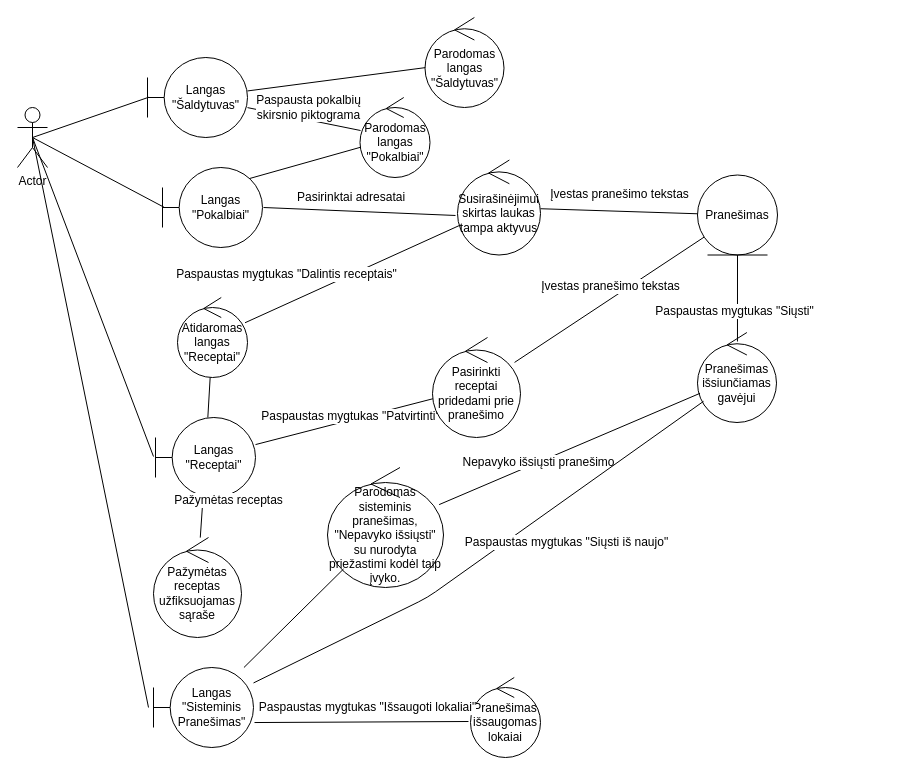
Tristanas/PSI2-Food-Bee-Inc keeps this draw.io diagram as Draw.io/ROBUSTnaudotBendrPerPranesimus.drawio. Above is the earlier version. Source tidied: cells renumbered, new cells numbered last; positions are measured from the earlier drawing's top-left corner, leaving out a move shared by most shapes. Both pictures are drawn from the tidied source at 100%, with x=0, y=0 at pixel (17, 17).
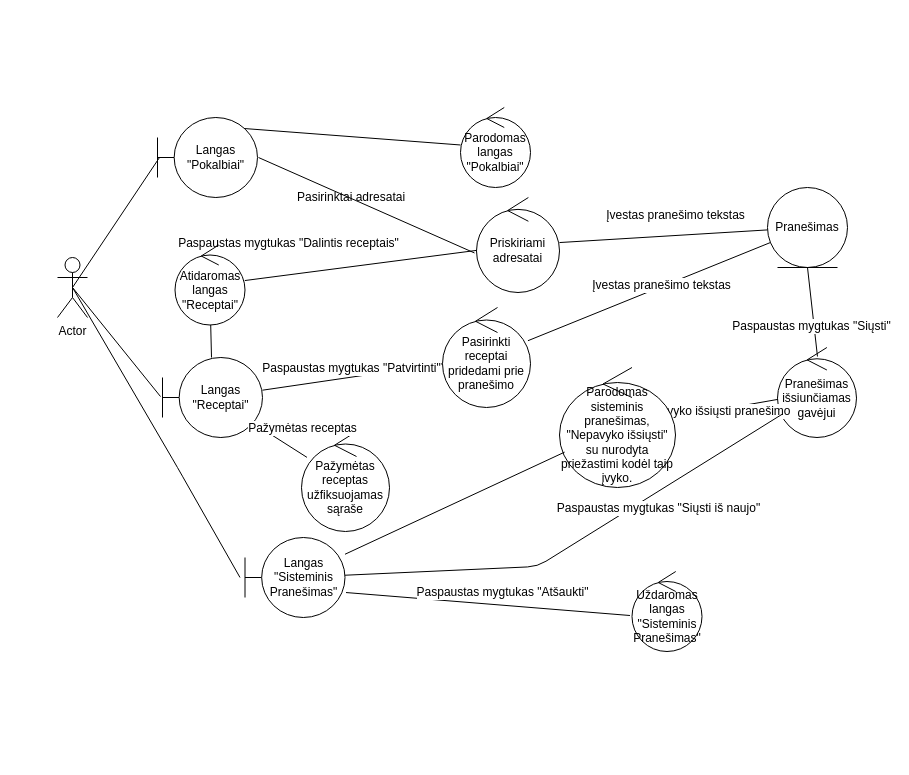
After the change.

Unchanged cells that the change refers to:
```xml
<mxCell id="26" style="endArrow=none;html=1;" parent="1" edge="1" source="28" target="20">
  <mxGeometry relative="1" as="geometry" />
</mxCell>
<mxCell id="43" style="endArrow=none;html=1;entryX=1.01;entryY=0.688;entryDx=0;entryDy=0;entryPerimeter=0;exitX=-0.029;exitY=0.55;exitDx=0;exitDy=0;exitPerimeter=0;" parent="1" edge="1" source="41" target="37">
  <mxGeometry relative="1" as="geometry" />
</mxCell>
```

Diff of the diagram source:
```diff
@@
     <mxCell id="2" value="Actor" style="shape=umlActor;verticalLabelPosition=bottom;labelBackgroundColor=#ffffff;verticalAlign=top;html=1;outlineConnect=0;" parent="1" vertex="1">
-      <mxGeometry y="90" width="30" height="60" as="geometry" />
+      <mxGeometry x="40" y="240" width="30" height="60" as="geometry" />
     </mxCell>
-    <mxCell id="3" value="Langas &quot;Šaldytuvas&quot;" style="shape=umlBoundary;whiteSpace=wrap;html=1;" parent="1" vertex="1">
-      <mxGeometry x="130" y="40" width="100" height="80" as="geometry" />
-    </mxCell>
-    <mxCell id="4" style="endArrow=none;html=1;exitX=0.5;exitY=0.5;exitDx=0;exitDy=0;exitPerimeter=0;entryX=0.012;entryY=0.497;entryDx=0;entryDy=0;entryPerimeter=0;" parent="1" edge="1" source="2" target="3">
-      <mxGeometry relative="1" as="geometry" />
-    </mxCell>
     <mxCell id="5" value="Parodomas langas &quot;Pokalbiai&quot;" style="ellipse;shape=umlControl;whiteSpace=wrap;html=1;" parent="1" vertex="1">
-      <mxGeometry x="342.5" y="80" width="70" height="80" as="geometry" />
+      <mxGeometry x="443" y="90" width="70" height="80" as="geometry" />
     </mxCell>
-    <mxCell id="6" style="endArrow=none;html=1;" parent="1" edge="1" source="3" target="5">
-      <mxGeometry relative="1" as="geometry" />
-    </mxCell>
-    <mxCell id="7" value="Paspausta pokalbių &lt;br&gt;skirsnio piktograma" style="text;html=1;align=center;verticalAlign=middle;labelBackgroundColor=#ffffff;" parent="6" vertex="1">
-      <mxGeometry x="-0.24" y="-3" relative="1" as="geometry">
-        <mxPoint x="17.5" y="-12" as="offset" />
-      </mxGeometry>
-    </mxCell>
     <mxCell id="8" value="Langas &quot;Pokalbiai&quot;" style="shape=umlBoundary;whiteSpace=wrap;html=1;" parent="1" vertex="1">
-      <mxGeometry x="145" y="150" width="100" height="80" as="geometry" />
+      <mxGeometry x="140" y="100" width="100" height="80" as="geometry" />
     </mxCell>
@@
-    <mxCell id="13" value="Susirašinėjimui skirtas laukas tampa aktyvus" style="ellipse;shape=umlControl;whiteSpace=wrap;html=1;" parent="1" vertex="1">
-      <mxGeometry x="440" y="142.5" width="83" height="95" as="geometry" />
+    <mxCell id="13" value="Priskiriami adresatai" style="ellipse;shape=umlControl;whiteSpace=wrap;html=1;" parent="1" vertex="1">
+      <mxGeometry x="459" y="180" width="83" height="95" as="geometry" />
     </mxCell>
     <mxCell id="14" value="Pranešimas" style="ellipse;shape=umlEntity;whiteSpace=wrap;html=1;" parent="1" vertex="1">
-      <mxGeometry x="680" y="157.5" width="80" height="80" as="geometry" />
+      <mxGeometry x="750" y="170" width="80" height="80" as="geometry" />
     </mxCell>
@@
     <mxCell id="19" value="Atidaromas langas &quot;Receptai&quot;" style="ellipse;shape=umlControl;whiteSpace=wrap;html=1;" parent="1" vertex="1">
-      <mxGeometry x="160" y="280" width="70" height="80" as="geometry" />
+      <mxGeometry x="157.5" y="227.5" width="70" height="80" as="geometry" />
     </mxCell>
     <mxCell id="20" value="Langas &quot;Receptai&quot;" style="shape=umlBoundary;whiteSpace=wrap;html=1;" parent="1" vertex="1">
-      <mxGeometry x="138" y="400" width="100" height="80" as="geometry" />
+      <mxGeometry x="145" y="340" width="100" height="80" as="geometry" />
     </mxCell>
@@
     <mxCell id="23" value="Pažymėtas receptas užfiksuojamas sąraše" style="ellipse;shape=umlControl;whiteSpace=wrap;html=1;" parent="1" vertex="1">
-      <mxGeometry x="136" y="520" width="88" height="100" as="geometry" />
+      <mxGeometry x="284" y="414" width="88" height="100" as="geometry" />
     </mxCell>
@@
     <mxCell id="27" value="Paspaustas mygtukas &quot;Patvirtinti&quot;" style="text;html=1;align=center;verticalAlign=middle;labelBackgroundColor=#ffffff;" parent="26" vertex="1">
       <mxGeometry x="0.38" y="1" relative="1" as="geometry">
-        <mxPoint x="39" y="-15.5" as="offset" />
+        <mxPoint x="33" y="-15.5" as="offset" />
       </mxGeometry>
     </mxCell>
     <mxCell id="28" value="Pasirinkti receptai pridedami prie pranešimo" style="ellipse;shape=umlControl;whiteSpace=wrap;html=1;" parent="1" vertex="1">
-      <mxGeometry x="415" y="320" width="88" height="100" as="geometry" />
+      <mxGeometry x="425" y="290" width="88" height="100" as="geometry" />
     </mxCell>
@@
     <mxCell id="31" value="Pranešimas išsiunčiamas gavėjui" style="ellipse;shape=umlControl;whiteSpace=wrap;html=1;" parent="1" vertex="1">
-      <mxGeometry x="680" y="315" width="79" height="90" as="geometry" />
+      <mxGeometry x="760" y="330" width="79" height="90" as="geometry" />
     </mxCell>
@@
     <mxCell id="36" value="Parodomas sisteminis pranešimas, &quot;Nepavyko išsiųsti&quot; su nurodyta priežastimi kodėl taip įvyko." style="ellipse;shape=umlControl;whiteSpace=wrap;html=1;" parent="1" vertex="1">
-      <mxGeometry x="310" y="450" width="116" height="120" as="geometry" />
+      <mxGeometry x="542" y="350" width="116" height="120" as="geometry" />
     </mxCell>
     <mxCell id="37" value="Langas &quot;Sisteminis Pranešimas&quot;" style="shape=umlBoundary;whiteSpace=wrap;html=1;" parent="1" vertex="1">
-      <mxGeometry x="136" y="650" width="100" height="80" as="geometry" />
+      <mxGeometry x="227.5" y="520" width="100" height="80" as="geometry" />
     </mxCell>
@@
     <mxCell id="39" style="endArrow=none;html=1;" parent="1" edge="1" source="31" target="37">
       <mxGeometry relative="1" as="geometry">
         <Array as="points">
-          <mxPoint x="410" y="580" />
+          <mxPoint x="520" y="549" />
         </Array>
       </mxGeometry>
     </mxCell>
@@
-    <mxCell id="41" value="Pranešimas išsaugomas lokaiai" style="ellipse;shape=umlControl;whiteSpace=wrap;html=1;" parent="1" vertex="1">
-      <mxGeometry x="453" y="660" width="70" height="80" as="geometry" />
+    <mxCell id="41" value="Uždaromas langas &quot;Sisteminis Pranešimas&quot;" style="ellipse;shape=umlControl;whiteSpace=wrap;html=1;" parent="1" vertex="1">
+      <mxGeometry x="614.5" y="554" width="70" height="80" as="geometry" />
     </mxCell>
     <mxCell id="42" style="endArrow=none;html=1;entryX=-0.05;entryY=0.5;entryDx=0;entryDy=0;entryPerimeter=0;exitX=0.5;exitY=0.5;exitDx=0;exitDy=0;exitPerimeter=0;" parent="1" edge="1" source="2" target="37">
-      <mxGeometry relative="1" as="geometry" />
+      <mxGeometry relative="1" as="geometry">
+        <Array as="points">
+          <mxPoint x="160" y="450" />
+        </Array>
+      </mxGeometry>
     </mxCell>
@@
-    <mxCell id="44" value="Paspaustas mygtukas &quot;Išsaugoti lokaliai&quot;" style="text;html=1;align=center;verticalAlign=middle;labelBackgroundColor=#ffffff;" parent="43" vertex="1">
+    <mxCell id="44" value="Paspaustas mygtukas &quot;Atšaukti&quot;" style="text;html=1;align=center;verticalAlign=middle;labelBackgroundColor=#ffffff;" parent="43" vertex="1">
       <mxGeometry x="-0.24" y="-1" relative="1" as="geometry">
         <mxPoint x="-20.5" y="-13.5" as="offset" />
       </mxGeometry>
     </mxCell>
-    <mxCell id="45" value="Parodomas langas &quot;Šaldytuvas&quot;" style="ellipse;shape=umlControl;whiteSpace=wrap;html=1;" parent="1" vertex="1">
-      <mxGeometry x="407.5" width="79" height="90" as="geometry" />
-    </mxCell>
-    <mxCell id="46" style="endArrow=none;html=1;" parent="1" edge="1" source="3" target="45">
-      <mxGeometry relative="1" as="geometry" />
-    </mxCell>
```
